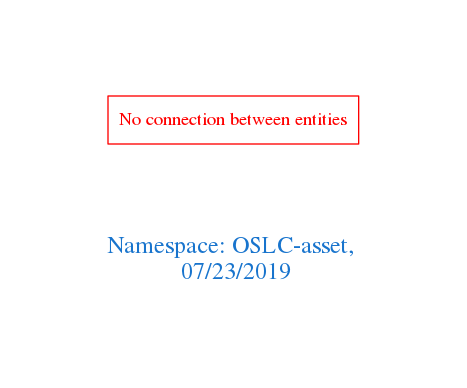
Above: downloads/OSLC-asset.png in arago/OGIT (Graphviz), before the change. Its source is kept beside it as downloads/OSLC-asset.dot.
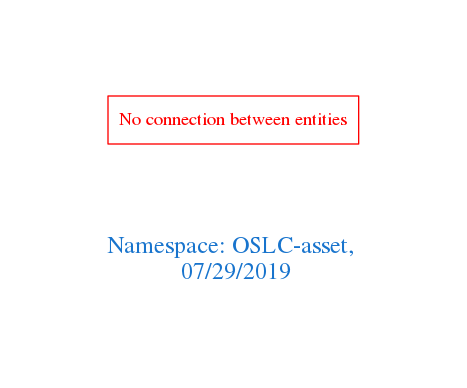
The same diagram one commit later.

What changed in the source:
```diff
@@ -1,7 +1,7 @@
 digraph OGIT_ontology {
  graph [ rankdir= LR,pad=1
 fontsize = 18,
-fontcolor= dodgerblue3,label = "\n\n\nNamespace: OSLC-asset, \n 07/23/2019"];
+fontcolor= dodgerblue3,label = "\n\n\nNamespace: OSLC-asset, \n 07/29/2019"];
 node[shape=polygon];
 edge [  color="gray81"];
 
```
